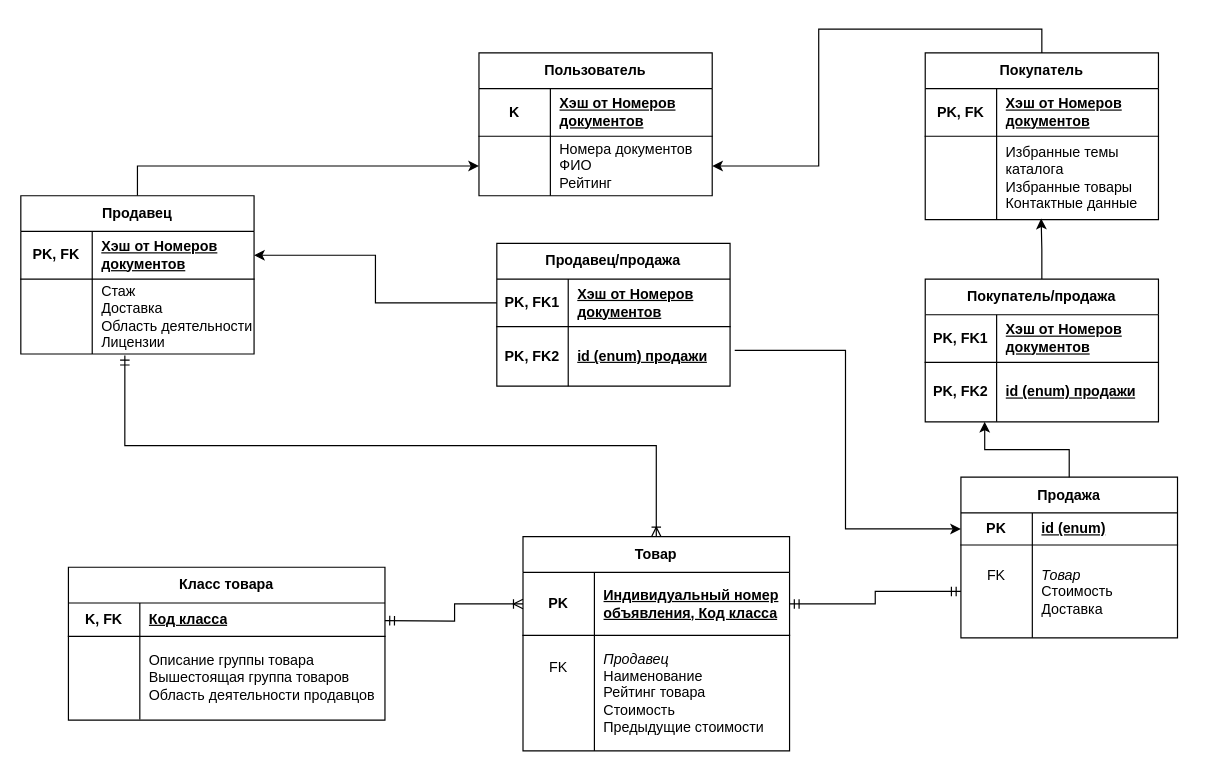
This is page "Страница — 2" (2 of 2) of Диаграмма без названия.drawio from Djuckman/Compilers2, a draw.io file, before an edit. Source tidied: cells renumbered, new cells numbered last; positions are measured from the earlier drawing's top-left corner, leaving out a move shared by most shapes. Both pictures are drawn from the tidied source at 119%, with x=0, y=0 at pixel (20, 52).
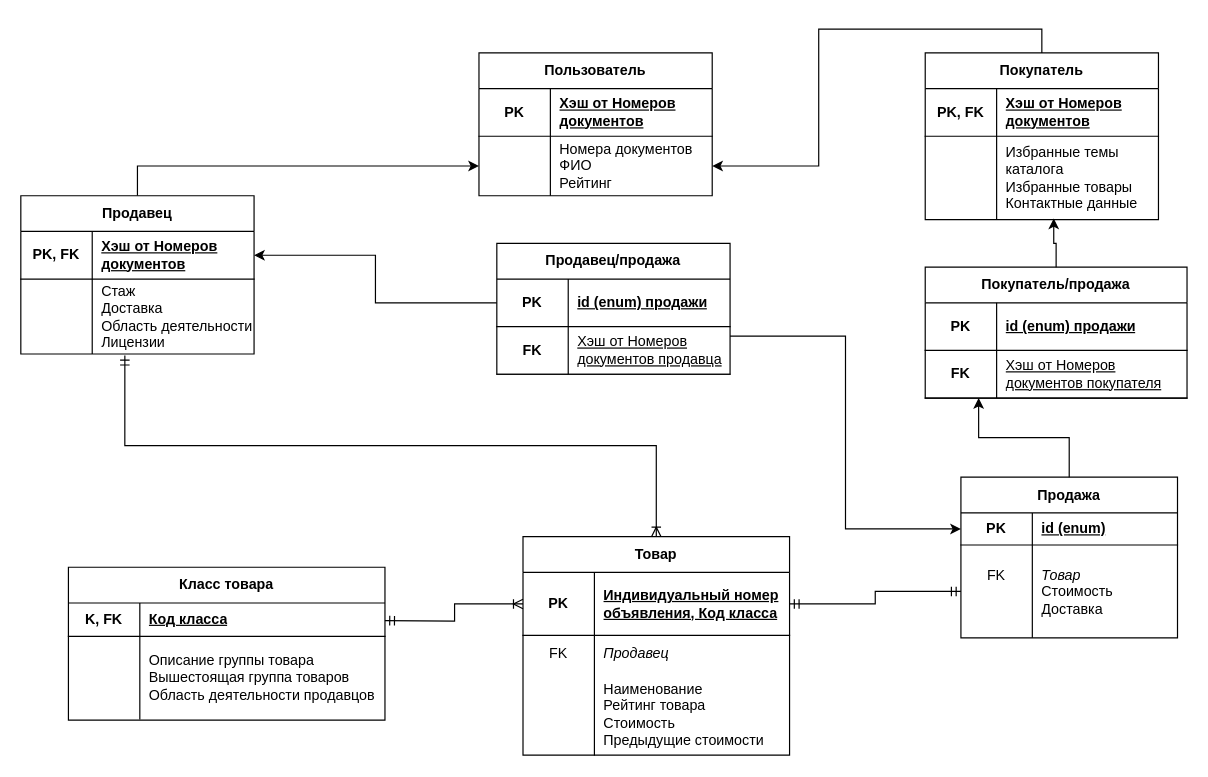
Above is the later version.

Unchanged cells that the change refers to:
```xml
<mxCell id="3" style="shape=tableRow;horizontal=0;startSize=0;swimlaneHead=0;swimlaneBody=0;fillColor=none;top=0;left=0;right=0;bottom=1;html=1;" parent="2" vertex="1">
  <mxGeometry y="30" width="196" height="40" as="geometry" />
</mxCell>
<mxCell id="13" value="Продажа" style="shape=table;startSize=30;childLayout=tableLayout;rowLines=0;fontStyle=1;align=center;html=1;whiteSpace=wrap;" parent="1" vertex="1">
  <mxGeometry x="790" y="356.5" width="182" height="135" as="geometry" />
</mxCell>
<mxCell id="14" style="shape=tableRow;horizontal=0;startSize=0;swimlaneHead=0;swimlaneBody=0;fillColor=none;points=[[0,0.5],[1,0.5]];portConstraint=eastwest;top=0;left=0;right=0;bottom=1;html=1;" parent="13" vertex="1">
  <mxGeometry y="30" width="182" height="27" as="geometry" />
</mxCell>
<mxCell id="49" style="shape=tableRow;horizontal=0;startSize=0;swimlaneHead=0;swimlaneBody=0;fillColor=none;points=[[0,0.5],[1,0.5]];portConstraint=eastwest;top=0;left=0;right=0;bottom=0;html=1;" parent="45" vertex="1">
  <mxGeometry y="70" width="196" height="70" as="geometry" />
</mxCell>
<mxCell id="53" style="shape=tableRow;horizontal=0;startSize=0;swimlaneHead=0;swimlaneBody=0;fillColor=none;points=[[0,0.5],[1,0.5]];portConstraint=eastwest;top=0;left=0;right=0;bottom=1;html=1;" parent="52" vertex="1">
  <mxGeometry y="30" width="196" height="40" as="geometry" />
</mxCell>
```

Diff of the diagram source:
```diff
@@
-    <mxCell id="4" value="K" style="shape=partialRectangle;fillColor=none;top=0;left=0;bottom=0;right=0;fontStyle=1;overflow=hidden;html=1;whiteSpace=wrap;" parent="3" vertex="1">
+    <mxCell id="4" value="PK" style="shape=partialRectangle;fillColor=none;top=0;left=0;bottom=0;right=0;fontStyle=1;overflow=hidden;html=1;whiteSpace=wrap;" parent="3" vertex="1">
       <mxGeometry width="60" height="40" as="geometry" />
     </mxCell>
@@
     <mxCell id="21" value="Товар" style="shape=table;startSize=30;childLayout=tableLayout;rowLines=0;fontStyle=1;align=center;html=1;whiteSpace=wrap;" parent="1" vertex="1">
-      <mxGeometry x="422" y="406.5" width="224" height="180" as="geometry" />
+      <mxGeometry x="422" y="406.5" width="224" height="183.5" as="geometry" />
     </mxCell>
@@
     <mxCell id="25" style="shape=tableRow;horizontal=0;startSize=0;swimlaneHead=0;swimlaneBody=0;fillColor=none;top=0;left=0;right=0;bottom=0;html=1;" parent="21" vertex="1">
-      <mxGeometry y="83" width="224" height="97" as="geometry" />
+      <mxGeometry y="83" width="224" height="31" as="geometry" />
     </mxCell>
-    <mxCell id="26" value="FK&lt;div&gt;&lt;br&gt;&lt;/div&gt;&lt;div&gt;&lt;br&gt;&lt;/div&gt;&lt;div&gt;&lt;br&gt;&lt;/div&gt;" style="shape=partialRectangle;fillColor=none;top=0;left=0;bottom=0;right=0;overflow=hidden;html=1;whiteSpace=wrap;" parent="25" vertex="1">
-      <mxGeometry width="60" height="97" as="geometry" />
+    <mxCell id="26" value="FK" style="shape=partialRectangle;fillColor=none;top=0;left=0;bottom=0;right=0;overflow=hidden;html=1;whiteSpace=wrap;" parent="25" vertex="1">
+      <mxGeometry width="60" height="31" as="geometry" />
     </mxCell>
-    <mxCell id="27" value="&lt;div&gt;&lt;i&gt;Продавец&lt;/i&gt;&lt;/div&gt;&lt;div&gt;Наименование&lt;/div&gt;Рейтинг товара&lt;div&gt;Стоимость&lt;/div&gt;&lt;div&gt;Предыдущие стоимости&lt;/div&gt;" style="shape=partialRectangle;fillColor=none;top=0;left=0;bottom=0;right=0;align=left;spacingLeft=6;overflow=hidden;html=1;whiteSpace=wrap;" parent="25" vertex="1">
-      <mxGeometry x="60" width="164" height="97" as="geometry" />
+    <mxCell id="27" value="&lt;div&gt;&lt;i&gt;Продавец&lt;/i&gt;&lt;/div&gt;" style="shape=partialRectangle;fillColor=none;top=0;left=0;bottom=0;right=0;align=left;spacingLeft=6;overflow=hidden;html=1;whiteSpace=wrap;" parent="25" vertex="1">
+      <mxGeometry x="60" width="164" height="31" as="geometry" />
     </mxCell>
+    <mxCell id="70" style="shape=tableRow;horizontal=0;startSize=0;swimlaneHead=0;swimlaneBody=0;fillColor=none;top=0;left=0;right=0;bottom=0;html=1;" parent="21" vertex="1">
+      <mxGeometry y="114" width="224" height="70" as="geometry" />
+    </mxCell>
+    <mxCell id="71" value="&lt;div&gt;&lt;br&gt;&lt;/div&gt;" style="shape=partialRectangle;fillColor=none;top=0;left=0;bottom=0;right=0;overflow=hidden;html=1;whiteSpace=wrap;" parent="70" vertex="1">
+      <mxGeometry width="60" height="70" as="geometry" />
+    </mxCell>
+    <mxCell id="72" value="&lt;div&gt;&lt;span style=&quot;background-color: initial;&quot;&gt;Наименование&lt;/span&gt;&lt;br&gt;&lt;/div&gt;Рейтинг товара&lt;div&gt;Стоимость&lt;/div&gt;&lt;div&gt;Предыдущие стоимости&lt;/div&gt;" style="shape=partialRectangle;fillColor=none;top=0;left=0;bottom=0;right=0;align=left;spacingLeft=6;overflow=hidden;html=1;whiteSpace=wrap;" parent="70" vertex="1">
+      <mxGeometry x="60" width="164" height="70" as="geometry" />
+    </mxCell>
@@
     <mxCell id="52" value="Продавец/продажа" style="shape=table;startSize=30;childLayout=tableLayout;rowLines=0;fontStyle=1;align=center;html=1;whiteSpace=wrap;" parent="1" vertex="1">
-      <mxGeometry x="400" y="160" width="196" height="120" as="geometry" />
+      <mxGeometry x="400" y="160" width="196" height="110" as="geometry" />
     </mxCell>
@@
-    <mxCell id="54" value="PK, FK1" style="shape=partialRectangle;fillColor=none;top=0;left=0;bottom=0;right=0;fontStyle=1;overflow=hidden;html=1;whiteSpace=wrap;" parent="53" vertex="1">
+    <mxCell id="54" value="PK" style="shape=partialRectangle;fillColor=none;top=0;left=0;bottom=0;right=0;fontStyle=1;overflow=hidden;html=1;whiteSpace=wrap;" parent="53" vertex="1">
       <mxGeometry width="60" height="40" as="geometry" />
     </mxCell>
-    <mxCell id="55" value="Хэш от Номеров документов" style="shape=partialRectangle;fillColor=none;top=0;left=0;bottom=0;right=0;align=left;spacingLeft=6;fontStyle=5;overflow=hidden;html=1;whiteSpace=wrap;" parent="53" vertex="1">
+    <mxCell id="55" value="id (enum) продажи" style="shape=partialRectangle;fillColor=none;top=0;left=0;bottom=0;right=0;align=left;spacingLeft=6;fontStyle=5;overflow=hidden;html=1;whiteSpace=wrap;" parent="53" vertex="1">
       <mxGeometry x="60" width="136" height="40" as="geometry" />
     </mxCell>
-    <mxCell id="56" style="shape=tableRow;horizontal=0;startSize=0;swimlaneHead=0;swimlaneBody=0;fillColor=none;points=[[0,0.5],[1,0.5]];portConstraint=eastwest;top=0;left=0;right=0;bottom=0;html=1;" parent="52" vertex="1">
-      <mxGeometry y="70" width="196" height="50" as="geometry" />
-    </mxCell>
-    <mxCell id="57" value="&lt;span style=&quot;font-weight: 700;&quot;&gt;PK, FK2&lt;/span&gt;" style="shape=partialRectangle;fillColor=none;top=0;left=0;bottom=0;right=0;overflow=hidden;html=1;whiteSpace=wrap;" parent="56" vertex="1">
-      <mxGeometry width="60" height="50" as="geometry" />
-    </mxCell>
-    <mxCell id="58" value="&lt;span style=&quot;font-weight: 700; text-decoration-line: underline;&quot;&gt;id (enum) продажи&lt;/span&gt;&lt;br&gt;&lt;div&gt;&lt;/div&gt;" style="shape=partialRectangle;fillColor=none;top=0;left=0;bottom=0;right=0;align=left;spacingLeft=6;overflow=hidden;html=1;whiteSpace=wrap;" parent="56" vertex="1">
-      <mxGeometry x="60" width="136" height="50" as="geometry" />
-    </mxCell>
+    <mxCell id="73" style="shape=tableRow;horizontal=0;startSize=0;swimlaneHead=0;swimlaneBody=0;fillColor=none;points=[[0,0.5],[1,0.5]];portConstraint=eastwest;top=0;left=0;right=0;bottom=1;html=1;" parent="52" vertex="1">
+      <mxGeometry y="70" width="196" height="40" as="geometry" />
+    </mxCell>
+    <mxCell id="74" value="FK" style="shape=partialRectangle;fillColor=none;top=0;left=0;bottom=0;right=0;fontStyle=1;overflow=hidden;html=1;whiteSpace=wrap;" parent="73" vertex="1">
+      <mxGeometry width="60" height="40" as="geometry" />
+    </mxCell>
+    <mxCell id="75" value="&lt;span style=&quot;font-weight: normal;&quot;&gt;Хэш от Номеров документов продавца&lt;/span&gt;" style="shape=partialRectangle;fillColor=none;top=0;left=0;bottom=0;right=0;align=left;spacingLeft=6;fontStyle=5;overflow=hidden;html=1;whiteSpace=wrap;" parent="73" vertex="1">
+      <mxGeometry x="60" width="136" height="40" as="geometry" />
+    </mxCell>
@@
-    <mxCell id="60" style="edgeStyle=orthogonalEdgeStyle;rounded=0;jettySize=auto;html=1;exitX=1.02;exitY=0.4;exitDx=0;exitDy=0;entryX=0;entryY=0.5;entryDx=0;entryDy=0;exitPerimeter=0;" parent="1" edge="1" source="56" target="14">
+    <mxCell id="60" style="edgeStyle=orthogonalEdgeStyle;rounded=0;jettySize=auto;html=1;exitX=1;exitY=0.2;exitDx=0;exitDy=0;entryX=0;entryY=0.5;entryDx=0;entryDy=0;exitPerimeter=0;" parent="1" edge="1" source="73" target="14">
       <mxGeometry relative="1" as="geometry" />
     </mxCell>
+    <mxCell id="69" style="edgeStyle=orthogonalEdgeStyle;rounded=0;jettySize=auto;html=1;exitX=0.5;exitY=0;exitDx=0;exitDy=0;entryX=0.204;entryY=1;entryDx=0;entryDy=0;entryPerimeter=0;" parent="1" edge="1" source="13" target="79">
+      <mxGeometry relative="1" as="geometry" />
+    </mxCell>
     <mxCell id="61" value="Покупатель/продажа" style="shape=table;startSize=30;childLayout=tableLayout;rowLines=0;fontStyle=1;align=center;html=1;whiteSpace=wrap;" parent="1" vertex="1">
-      <mxGeometry x="760" y="190" width="196" height="120" as="geometry" />
+      <mxGeometry x="760" y="180" width="220" height="110" as="geometry" />
     </mxCell>
-    <mxCell id="62" style="shape=tableRow;horizontal=0;startSize=0;swimlaneHead=0;swimlaneBody=0;fillColor=none;top=0;left=0;right=0;bottom=1;html=1;" parent="61" vertex="1">
-      <mxGeometry y="30" width="196" height="40" as="geometry" />
-    </mxCell>
-    <mxCell id="63" value="PK, FK1" style="shape=partialRectangle;fillColor=none;top=0;left=0;bottom=0;right=0;fontStyle=1;overflow=hidden;html=1;whiteSpace=wrap;" parent="62" vertex="1">
-      <mxGeometry width="60" height="40" as="geometry" />
-    </mxCell>
-    <mxCell id="64" value="Хэш от Номеров документов" style="shape=partialRectangle;fillColor=none;top=0;left=0;bottom=0;right=0;align=left;spacingLeft=6;fontStyle=5;overflow=hidden;html=1;whiteSpace=wrap;" parent="62" vertex="1">
-      <mxGeometry x="60" width="136" height="40" as="geometry" />
-    </mxCell>
-    <mxCell id="65" style="shape=tableRow;horizontal=0;startSize=0;swimlaneHead=0;swimlaneBody=0;fillColor=none;points=[[0,0.5],[1,0.5]];portConstraint=eastwest;top=0;left=0;right=0;bottom=0;html=1;" parent="61" vertex="1">
-      <mxGeometry y="70" width="196" height="50" as="geometry" />
-    </mxCell>
-    <mxCell id="66" value="&lt;span style=&quot;font-weight: 700;&quot;&gt;PK, FK2&lt;/span&gt;" style="shape=partialRectangle;fillColor=none;top=0;left=0;bottom=0;right=0;overflow=hidden;html=1;whiteSpace=wrap;" parent="65" vertex="1">
-      <mxGeometry width="60" height="50" as="geometry" />
-    </mxCell>
-    <mxCell id="67" value="&lt;span style=&quot;font-weight: 700; text-decoration-line: underline;&quot;&gt;id (enum) продажи&lt;/span&gt;&lt;br&gt;&lt;div&gt;&lt;/div&gt;" style="shape=partialRectangle;fillColor=none;top=0;left=0;bottom=0;right=0;align=left;spacingLeft=6;overflow=hidden;html=1;whiteSpace=wrap;" parent="65" vertex="1">
-      <mxGeometry x="60" width="136" height="50" as="geometry" />
-    </mxCell>
+    <mxCell id="76" style="shape=tableRow;horizontal=0;startSize=0;swimlaneHead=0;swimlaneBody=0;fillColor=none;top=0;left=0;right=0;bottom=1;html=1;" parent="61" vertex="1">
+      <mxGeometry y="30" width="220" height="40" as="geometry" />
+    </mxCell>
+    <mxCell id="77" value="PK" style="shape=partialRectangle;fillColor=none;top=0;left=0;bottom=0;right=0;fontStyle=1;overflow=hidden;html=1;whiteSpace=wrap;" parent="76" vertex="1">
+      <mxGeometry width="60" height="40" as="geometry" />
+    </mxCell>
+    <mxCell id="78" value="id (enum) продажи" style="shape=partialRectangle;fillColor=none;top=0;left=0;bottom=0;right=0;align=left;spacingLeft=6;fontStyle=5;overflow=hidden;html=1;whiteSpace=wrap;" parent="76" vertex="1">
+      <mxGeometry x="60" width="160" height="40" as="geometry" />
+    </mxCell>
+    <mxCell id="79" style="shape=tableRow;horizontal=0;startSize=0;swimlaneHead=0;swimlaneBody=0;fillColor=none;points=[[0,0.5],[1,0.5]];portConstraint=eastwest;top=0;left=0;right=0;bottom=1;html=1;" parent="61" vertex="1">
+      <mxGeometry y="70" width="220" height="40" as="geometry" />
+    </mxCell>
+    <mxCell id="80" value="FK" style="shape=partialRectangle;fillColor=none;top=0;left=0;bottom=0;right=0;fontStyle=1;overflow=hidden;html=1;whiteSpace=wrap;" parent="79" vertex="1">
+      <mxGeometry width="60" height="40" as="geometry" />
+    </mxCell>
+    <mxCell id="81" value="&lt;span style=&quot;font-weight: normal;&quot;&gt;Хэш от Номеров документов покупателя&lt;/span&gt;" style="shape=partialRectangle;fillColor=none;top=0;left=0;bottom=0;right=0;align=left;spacingLeft=6;fontStyle=5;overflow=hidden;html=1;whiteSpace=wrap;" parent="79" vertex="1">
+      <mxGeometry x="60" width="160" height="40" as="geometry" />
+    </mxCell>
-    <mxCell id="68" style="edgeStyle=orthogonalEdgeStyle;rounded=0;jettySize=auto;html=1;exitX=0.5;exitY=0;exitDx=0;exitDy=0;entryX=0.497;entryY=0.988;entryDx=0;entryDy=0;entryPerimeter=0;" parent="1" edge="1" source="61" target="49">
+    <mxCell id="68" style="edgeStyle=orthogonalEdgeStyle;rounded=0;jettySize=auto;html=1;exitX=0.5;exitY=0;exitDx=0;exitDy=0;entryX=0.551;entryY=0.986;entryDx=0;entryDy=0;entryPerimeter=0;" parent="1" edge="1" source="61" target="49">
       <mxGeometry relative="1" as="geometry" />
     </mxCell>
-    <mxCell id="69" style="edgeStyle=orthogonalEdgeStyle;rounded=0;jettySize=auto;html=1;exitX=0.5;exitY=0;exitDx=0;exitDy=0;entryX=0.255;entryY=1;entryDx=0;entryDy=0;entryPerimeter=0;" parent="1" edge="1" source="13" target="65">
-      <mxGeometry relative="1" as="geometry" />
-    </mxCell>
```
